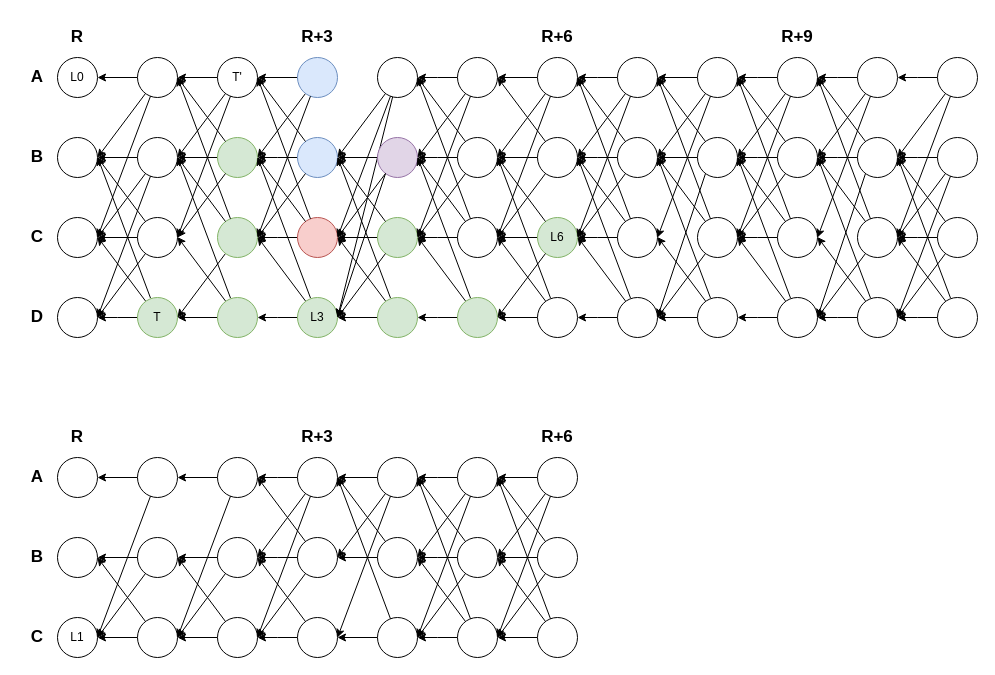
Above: Untitled Diagram.drawio in asonnino/various-diagrams (draw.io), before the change. Source tidied: cells renumbered, new cells numbered last; positions are measured from the earlier drawing's top-left corner, leaving out a move shared by most shapes. Both pictures are drawn from the tidied source at 100%, with x=0, y=0 at pixel (17, 17).
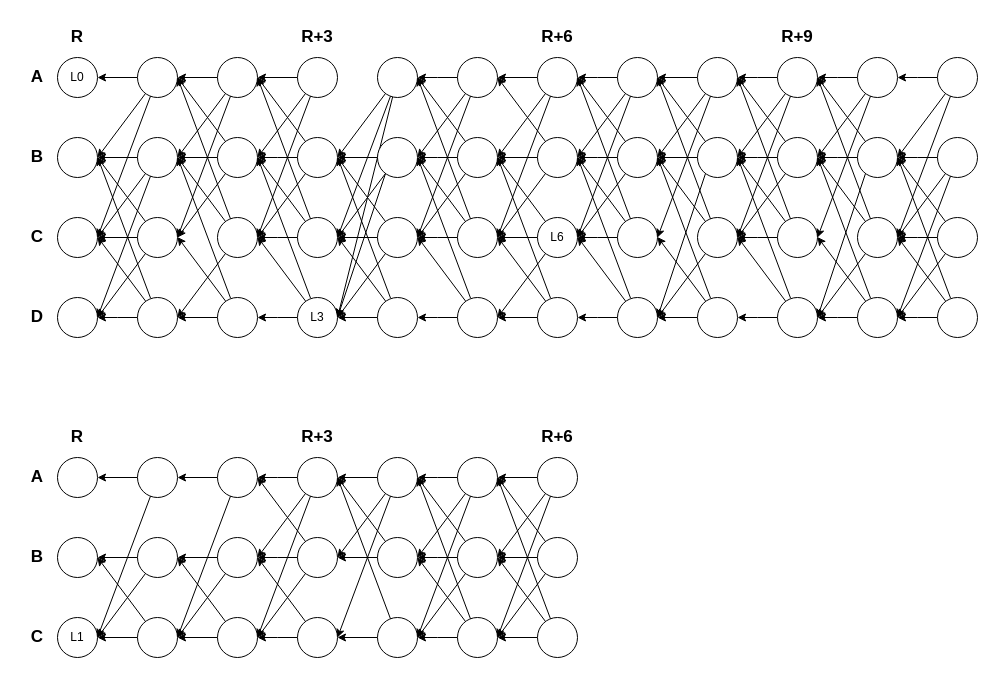
The same page after the edit.

Diff of the diagram source:
```diff
@@
-    <mxCell id="18" value="T" style="ellipse;whiteSpace=wrap;html=1;fillColor=#d5e8d4;strokeColor=#82b366;" parent="1" vertex="1">
+    <mxCell id="18" style="ellipse;whiteSpace=wrap;html=1;" parent="1" vertex="1">
       <mxGeometry x="120" y="280" width="40" height="40" as="geometry" />
     </mxCell>
@@
-    <mxCell id="31" value="T'" style="ellipse;whiteSpace=wrap;html=1;" parent="1" vertex="1">
+    <mxCell id="31" style="ellipse;whiteSpace=wrap;html=1;" parent="1" vertex="1">
       <mxGeometry x="200" y="40" width="40" height="40" as="geometry" />
     </mxCell>
@@
-    <mxCell id="33" style="ellipse;whiteSpace=wrap;html=1;fillColor=#d5e8d4;strokeColor=#82b366;" parent="1" vertex="1">
+    <mxCell id="33" style="ellipse;whiteSpace=wrap;html=1;" parent="1" vertex="1">
       <mxGeometry x="200" y="120" width="40" height="40" as="geometry" />
     </mxCell>
@@
-    <mxCell id="35" style="ellipse;whiteSpace=wrap;html=1;fillColor=#d5e8d4;strokeColor=#82b366;" parent="1" vertex="1">
+    <mxCell id="35" style="ellipse;whiteSpace=wrap;html=1;" parent="1" vertex="1">
       <mxGeometry x="200" y="200" width="40" height="40" as="geometry" />
     </mxCell>
@@
-    <mxCell id="37" style="ellipse;whiteSpace=wrap;html=1;fillColor=#d5e8d4;strokeColor=#82b366;" parent="1" vertex="1">
+    <mxCell id="37" style="ellipse;whiteSpace=wrap;html=1;" parent="1" vertex="1">
       <mxGeometry x="200" y="280" width="40" height="40" as="geometry" />
     </mxCell>
@@
-    <mxCell id="47" style="ellipse;whiteSpace=wrap;html=1;fillColor=#dae8fc;strokeColor=#6c8ebf;" parent="1" vertex="1">
+    <mxCell id="47" style="ellipse;whiteSpace=wrap;html=1;" parent="1" vertex="1">
       <mxGeometry x="280" y="40" width="40" height="40" as="geometry" />
     </mxCell>
@@
-    <mxCell id="49" style="ellipse;whiteSpace=wrap;html=1;fillColor=#dae8fc;strokeColor=#6c8ebf;" parent="1" vertex="1">
+    <mxCell id="49" style="ellipse;whiteSpace=wrap;html=1;" parent="1" vertex="1">
       <mxGeometry x="280" y="120" width="40" height="40" as="geometry" />
     </mxCell>
@@
-    <mxCell id="51" style="ellipse;whiteSpace=wrap;html=1;fillColor=#f8cecc;strokeColor=#b85450;" parent="1" vertex="1">
+    <mxCell id="51" style="ellipse;whiteSpace=wrap;html=1;" parent="1" vertex="1">
       <mxGeometry x="280" y="200" width="40" height="40" as="geometry" />
     </mxCell>
@@
-    <mxCell id="53" value="L3" style="ellipse;whiteSpace=wrap;html=1;fillColor=#d5e8d4;strokeColor=#82b366;" parent="1" vertex="1">
+    <mxCell id="53" value="L3" style="ellipse;whiteSpace=wrap;html=1;" parent="1" vertex="1">
       <mxGeometry x="280" y="280" width="40" height="40" as="geometry" />
     </mxCell>
@@
-    <mxCell id="65" style="ellipse;whiteSpace=wrap;html=1;fillColor=#e1d5e7;strokeColor=#9673a6;" parent="1" vertex="1">
+    <mxCell id="65" style="ellipse;whiteSpace=wrap;html=1;" parent="1" vertex="1">
       <mxGeometry x="360" y="120" width="40" height="40" as="geometry" />
     </mxCell>
@@
-    <mxCell id="67" style="ellipse;whiteSpace=wrap;html=1;fillColor=#d5e8d4;strokeColor=#82b366;" parent="1" vertex="1">
+    <mxCell id="67" style="ellipse;whiteSpace=wrap;html=1;" parent="1" vertex="1">
       <mxGeometry x="360" y="200" width="40" height="40" as="geometry" />
     </mxCell>
@@
-    <mxCell id="69" style="ellipse;whiteSpace=wrap;html=1;fillColor=#d5e8d4;strokeColor=#82b366;" parent="1" vertex="1">
+    <mxCell id="69" style="ellipse;whiteSpace=wrap;html=1;" parent="1" vertex="1">
       <mxGeometry x="360" y="280" width="40" height="40" as="geometry" />
     </mxCell>
@@
-    <mxCell id="85" style="ellipse;whiteSpace=wrap;html=1;fillColor=#d5e8d4;strokeColor=#82b366;" parent="1" vertex="1">
+    <mxCell id="85" style="ellipse;whiteSpace=wrap;html=1;" parent="1" vertex="1">
       <mxGeometry x="440" y="280" width="40" height="40" as="geometry" />
     </mxCell>
@@
-    <mxCell id="99" value="L6" style="ellipse;whiteSpace=wrap;html=1;fillColor=#d5e8d4;strokeColor=#82b366;" parent="1" vertex="1">
+    <mxCell id="99" value="L6" style="ellipse;whiteSpace=wrap;html=1;" parent="1" vertex="1">
       <mxGeometry x="520" y="200" width="40" height="40" as="geometry" />
     </mxCell>
```
